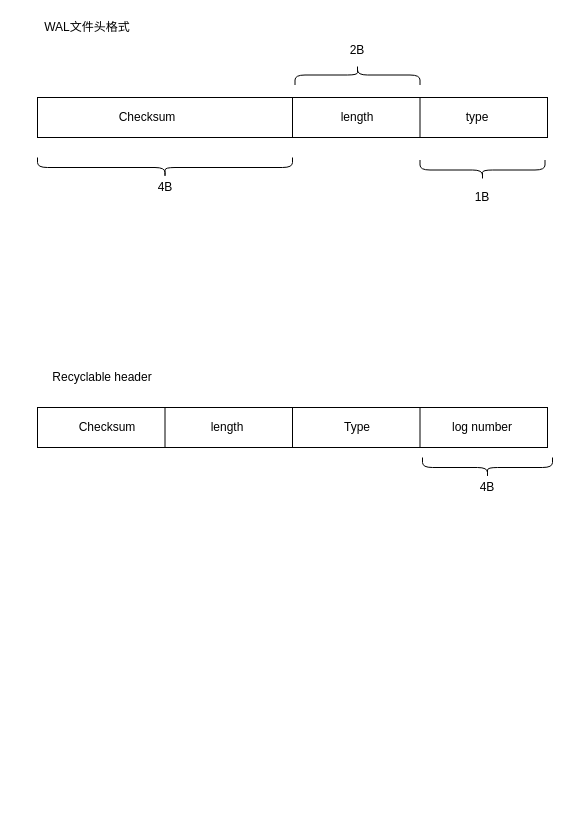
This is page "第 1 页" (1 of 3) of wal.drawio from leon-db/images, a draw.io file, before an edit. Source tidied: cells renumbered, new cells numbered last; positions are measured from the earlier drawing's top-left corner, leaving out a move shared by most shapes. Both pictures are drawn from the tidied source at 100%, with x=0, y=0 at pixel (37, 12).
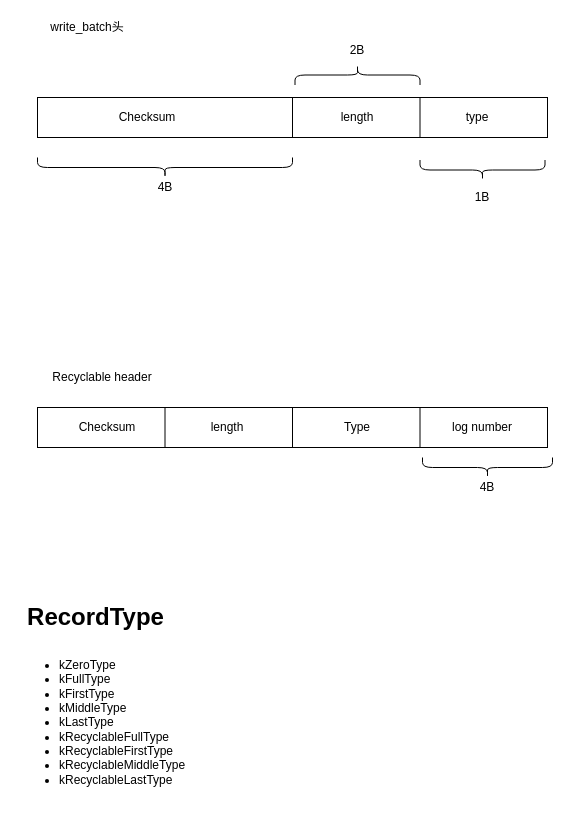
The same diagram, later.

Diff of the diagram source:
```diff
@@
-    <mxCell id="14" value="WAL文件头格式" style="text;html=1;strokeColor=none;fillColor=none;align=center;verticalAlign=middle;whiteSpace=wrap;rounded=0;" parent="1" vertex="1">
+    <mxCell id="14" value="write_batch头" style="text;html=1;strokeColor=none;fillColor=none;align=center;verticalAlign=middle;whiteSpace=wrap;rounded=0;" parent="1" vertex="1">
       <mxGeometry y="5" width="100" height="20" as="geometry" />
     </mxCell>
@@
+    <mxCell id="27" value="&lt;ul&gt;&lt;li&gt;kZeroType&lt;/li&gt;&lt;li&gt;kFullType&lt;/li&gt;&lt;li&gt;kFirstType&lt;/li&gt;&lt;li&gt;kMiddleType&lt;/li&gt;&lt;li&gt;kLastType&lt;/li&gt;&lt;li&gt;kRecyclableFullType&lt;/li&gt;&lt;li&gt;kRecyclableFirstType&lt;/li&gt;&lt;li&gt;kRecyclableMiddleType&lt;/li&gt;&lt;li&gt;kRecyclableLastType&lt;/li&gt;&lt;/ul&gt;" style="text;strokeColor=none;fillColor=none;html=1;whiteSpace=wrap;verticalAlign=middle;overflow=hidden;" parent="1" vertex="1">
+      <mxGeometry x="-20" y="625" width="180" height="170" as="geometry" />
+    </mxCell>
+    <mxCell id="28" value="RecordType" style="text;strokeColor=none;fillColor=none;html=1;fontSize=24;fontStyle=1;verticalAlign=middle;align=center;strokeWidth=0;" parent="1" vertex="1">
+      <mxGeometry x="7.5" y="585" width="100" height="40" as="geometry" />
+    </mxCell>
```
